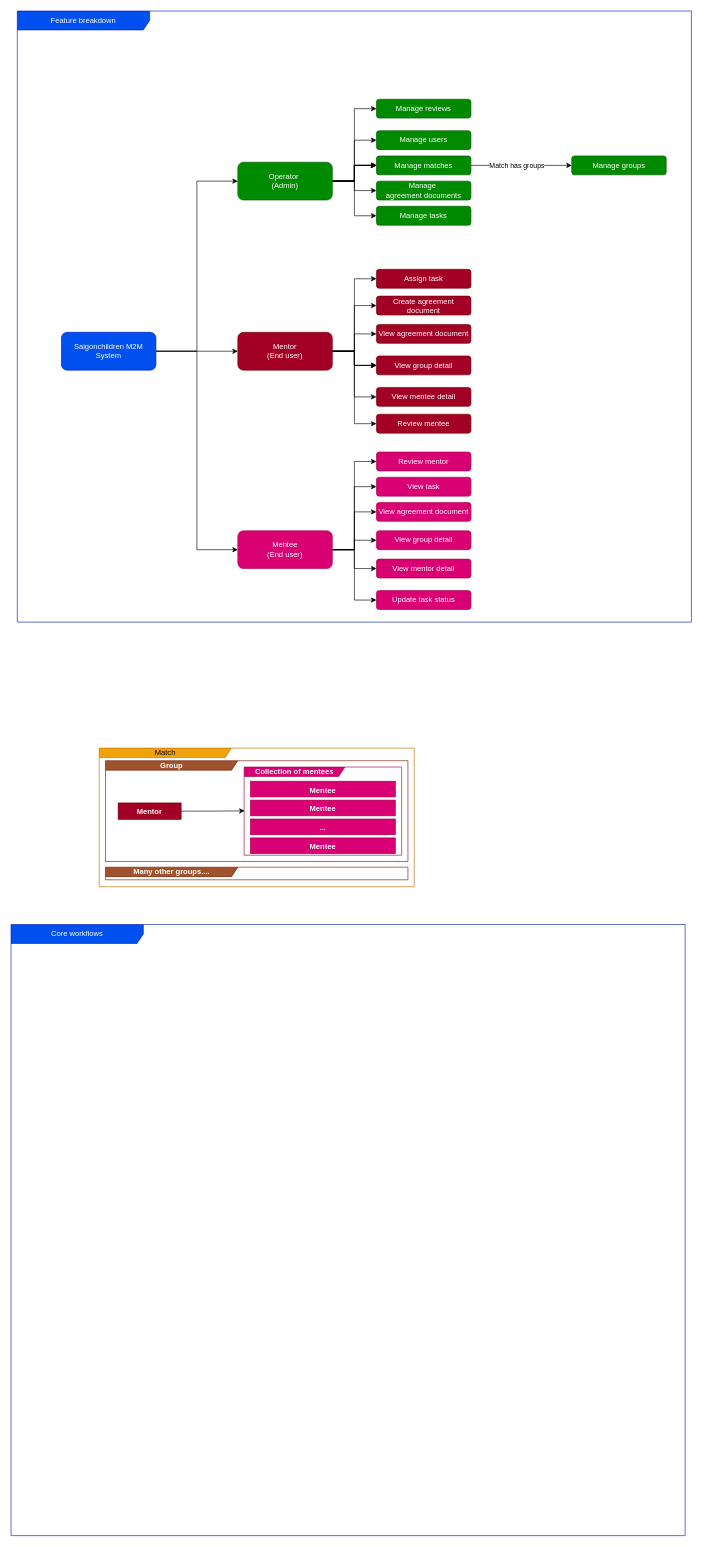
Above: docs/scc_feature_breakdown.drawio in scc-big-buddy-liltle-buddy/documentation (draw.io), before the change. Source tidied: cells renumbered, new cells numbered last; positions are measured from the earlier drawing's top-left corner, leaving out a move shared by most shapes. Both pictures are drawn from the tidied source at 63%, with x=0, y=0 at pixel (11, 11).
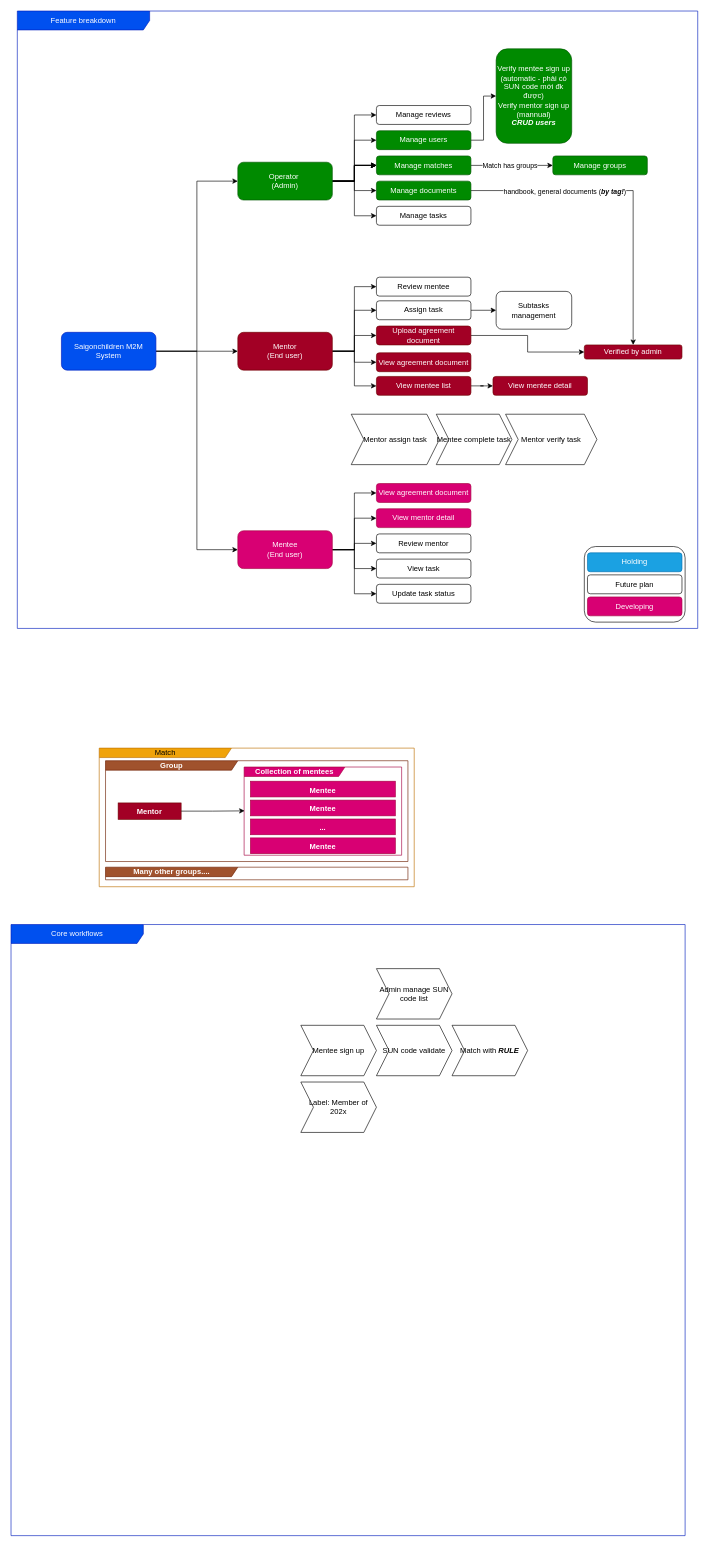
After the change.

The change refers to these unchanged cells:
```xml
<mxCell id="16" value="Manage users" style="rounded=1;whiteSpace=wrap;html=1;fillColor=#008a00;fontColor=#ffffff;strokeColor=#005700;" parent="1" vertex="1">
  <mxGeometry x="580" y="190" width="150" height="30" as="geometry" />
</mxCell>
<mxCell id="29" value="Mentor&lt;br&gt;(End user)" style="rounded=1;whiteSpace=wrap;html=1;fillColor=#a20025;fontColor=#ffffff;strokeColor=#6F0000;" parent="1" vertex="1">
  <mxGeometry x="360" y="510" width="150" height="60" as="geometry" />
</mxCell>
<mxCell id="36" value="Mentee&lt;br&gt;(End user)" style="rounded=1;whiteSpace=wrap;html=1;fillColor=#d80073;fontColor=#ffffff;strokeColor=#A50040;" parent="1" vertex="1">
  <mxGeometry x="360" y="825" width="150" height="60" as="geometry" />
</mxCell>
```

Diff of the diagram source:
```diff
@@
+    <mxCell id="65" style="rounded=1;whiteSpace=wrap;html=1;" parent="1" vertex="1">
+      <mxGeometry x="910" y="850" width="160" height="120" as="geometry" />
+    </mxCell>
@@
+    <mxCell id="66" style="edgeStyle=orthogonalEdgeStyle;rounded=0;jettySize=auto;html=1;" parent="1" edge="1" source="16" target="80">
+      <mxGeometry relative="1" as="geometry" />
+    </mxCell>
@@
+    <mxCell id="67" style="edgeStyle=orthogonalEdgeStyle;rounded=0;jettySize=auto;html=1;" parent="1" edge="1" source="20" target="72">
+      <mxGeometry relative="1" as="geometry" />
+    </mxCell>
+    <mxCell id="68" value="handbook, general documents (&lt;b&gt;&lt;i&gt;by tag!&lt;/i&gt;&lt;/b&gt;)" style="edgeLabel;html=1;align=center;verticalAlign=middle;" parent="67" vertex="1">
+      <mxGeometry x="-0.41" y="-1" relative="1" as="geometry" />
+    </mxCell>
-    <mxCell id="20" value="Manage&amp;nbsp;&lt;div&gt;agreement documents&lt;/div&gt;" style="rounded=1;whiteSpace=wrap;html=1;fillColor=#008a00;fontColor=#ffffff;strokeColor=#005700;" parent="1" vertex="1">
+    <mxCell id="20" value="Manage&amp;nbsp;&lt;span style=&quot;background-color: transparent; color: light-dark(rgb(255, 255, 255), rgb(18, 18, 18));&quot;&gt;documents&lt;/span&gt;" style="rounded=1;whiteSpace=wrap;html=1;fillColor=#008a00;fontColor=#ffffff;strokeColor=#005700;" parent="1" vertex="1">
       <mxGeometry x="580" y="270" width="150" height="30" as="geometry" />
     </mxCell>
@@
-    <mxCell id="22" style="edgeStyle=orthogonalEdgeStyle;rounded=0;jettySize=auto;html=1;" parent="1" edge="1" source="29" target="38">
-      <mxGeometry relative="1" as="geometry" />
-    </mxCell>
-    <mxCell id="23" style="edgeStyle=orthogonalEdgeStyle;rounded=0;jettySize=auto;html=1;entryX=0;entryY=0.5;entryDx=0;entryDy=0;" parent="1" edge="1" source="29" target="40">
-      <mxGeometry relative="1" as="geometry" />
-    </mxCell>
@@
-    <mxCell id="25" style="edgeStyle=orthogonalEdgeStyle;rounded=0;jettySize=auto;html=1;" parent="1" edge="1" source="29" target="38">
-      <mxGeometry relative="1" as="geometry" />
-    </mxCell>
@@
-    <mxCell id="27" style="edgeStyle=orthogonalEdgeStyle;rounded=0;jettySize=auto;html=1;" parent="1" edge="1" source="29" target="38">
+    <mxCell id="27" style="edgeStyle=orthogonalEdgeStyle;rounded=0;jettySize=auto;html=1;entryX=0;entryY=0.5;entryDx=0;entryDy=0;" parent="1" edge="1" source="29" target="38">
       <mxGeometry relative="1" as="geometry" />
     </mxCell>
@@
-    <mxCell id="30" style="edgeStyle=orthogonalEdgeStyle;rounded=0;jettySize=auto;html=1;entryX=0;entryY=0.5;entryDx=0;entryDy=0;" parent="1" edge="1" source="36" target="41">
-      <mxGeometry relative="1" as="geometry">
-        <Array as="points">
-          <mxPoint x="545" y="855" />
-          <mxPoint x="545" y="795" />
-        </Array>
-      </mxGeometry>
-    </mxCell>
-    <mxCell id="31" style="edgeStyle=orthogonalEdgeStyle;rounded=0;jettySize=auto;html=1;entryX=0;entryY=0.5;entryDx=0;entryDy=0;" parent="1" edge="1" source="36" target="42">
-      <mxGeometry relative="1" as="geometry" />
-    </mxCell>
@@
+    <mxCell id="30" style="edgeStyle=orthogonalEdgeStyle;rounded=0;jettySize=auto;html=1;entryX=0;entryY=0.5;entryDx=0;entryDy=0;" parent="1" edge="1" source="36" target="41">
+      <mxGeometry relative="1" as="geometry" />
+    </mxCell>
@@
     <mxCell id="37" value="View agreement document" style="rounded=1;whiteSpace=wrap;html=1;fillColor=#a20025;fontColor=#ffffff;strokeColor=#6F0000;" parent="1" vertex="1">
-      <mxGeometry x="580" y="497.5" width="150" height="30" as="geometry" />
+      <mxGeometry x="580" y="542.5" width="150" height="30" as="geometry" />
     </mxCell>
+    <mxCell id="69" style="edgeStyle=orthogonalEdgeStyle;rounded=0;jettySize=auto;html=1;entryX=0;entryY=0.5;entryDx=0;entryDy=0;" parent="1" edge="1" source="38" target="40">
+      <mxGeometry relative="1" as="geometry" />
+    </mxCell>
-    <mxCell id="38" value="View group detail" style="rounded=1;whiteSpace=wrap;html=1;fillColor=#a20025;fontColor=#ffffff;strokeColor=#6F0000;" parent="1" vertex="1">
-      <mxGeometry x="580" y="547.5" width="150" height="30" as="geometry" />
+    <mxCell id="38" value="View mentee list" style="rounded=1;whiteSpace=wrap;html=1;fillColor=#a20025;fontColor=#ffffff;strokeColor=#6F0000;" parent="1" vertex="1">
+      <mxGeometry x="580" y="580" width="150" height="30" as="geometry" />
     </mxCell>
     <mxCell id="39" value="Manage groups" style="rounded=1;whiteSpace=wrap;html=1;fillColor=#008a00;fontColor=#ffffff;strokeColor=#005700;" parent="1" vertex="1">
-      <mxGeometry x="890" y="230" width="150" height="30" as="geometry" />
+      <mxGeometry x="860" y="230" width="150" height="30" as="geometry" />
     </mxCell>
     <mxCell id="40" value="View mentee detail" style="rounded=1;whiteSpace=wrap;html=1;fillColor=#a20025;fontColor=#ffffff;strokeColor=#6F0000;" parent="1" vertex="1">
-      <mxGeometry x="580" y="597.5" width="150" height="30" as="geometry" />
+      <mxGeometry x="765" y="580" width="150" height="30" as="geometry" />
     </mxCell>
     <mxCell id="41" value="View agreement document" style="rounded=1;whiteSpace=wrap;html=1;fillColor=#d80073;fontColor=#ffffff;strokeColor=#A50040;" parent="1" vertex="1">
-      <mxGeometry x="580" y="780" width="150" height="30" as="geometry" />
+      <mxGeometry x="580" y="750" width="150" height="30" as="geometry" />
     </mxCell>
-    <mxCell id="42" value="View group detail" style="rounded=1;whiteSpace=wrap;html=1;fillColor=#d80073;fontColor=#ffffff;strokeColor=#A50040;" parent="1" vertex="1">
-      <mxGeometry x="580" y="825" width="150" height="30" as="geometry" />
-    </mxCell>
     <mxCell id="43" value="View mentor detail" style="rounded=1;whiteSpace=wrap;html=1;fillColor=#d80073;fontColor=#ffffff;strokeColor=#A50040;" parent="1" vertex="1">
-      <mxGeometry x="580" y="870" width="150" height="30" as="geometry" />
+      <mxGeometry x="580" y="790" width="150" height="30" as="geometry" />
     </mxCell>
+    <mxCell id="70" style="edgeStyle=orthogonalEdgeStyle;rounded=0;jettySize=auto;html=1;" parent="1" edge="1" source="44" target="72">
+      <mxGeometry relative="1" as="geometry" />
+    </mxCell>
-    <mxCell id="44" value="Create agreement document" style="rounded=1;whiteSpace=wrap;html=1;fillColor=#a20025;fontColor=#ffffff;strokeColor=#6F0000;" parent="1" vertex="1">
-      <mxGeometry x="580" y="452.5" width="150" height="30" as="geometry" />
+    <mxCell id="44" value="Upload agreement document" style="rounded=1;whiteSpace=wrap;html=1;fillColor=#a20025;fontColor=#ffffff;strokeColor=#6F0000;" parent="1" vertex="1">
+      <mxGeometry x="580" y="500" width="150" height="30" as="geometry" />
     </mxCell>
+    <mxCell id="71" style="edgeStyle=orthogonalEdgeStyle;rounded=0;jettySize=auto;html=1;" parent="1" edge="1" source="45" target="75">
+      <mxGeometry relative="1" as="geometry" />
+    </mxCell>
-    <mxCell id="45" value="Assign task" style="rounded=1;whiteSpace=wrap;html=1;fillColor=#a20025;fontColor=#ffffff;strokeColor=#6F0000;" parent="1" vertex="1">
-      <mxGeometry x="580" y="410" width="150" height="30" as="geometry" />
+    <mxCell id="45" value="Assign task" style="rounded=1;whiteSpace=wrap;html=1;" parent="1" vertex="1">
+      <mxGeometry x="580" y="460" width="150" height="30" as="geometry" />
     </mxCell>
-    <mxCell id="46" value="Manage tasks" style="rounded=1;whiteSpace=wrap;html=1;fillColor=#008a00;fontColor=#ffffff;strokeColor=#005700;" parent="1" vertex="1">
+    <mxCell id="46" value="Manage tasks" style="rounded=1;whiteSpace=wrap;html=1;" parent="1" vertex="1">
       <mxGeometry x="580" y="310" width="150" height="30" as="geometry" />
     </mxCell>
-    <mxCell id="47" value="View task" style="rounded=1;whiteSpace=wrap;html=1;fillColor=#d80073;fontColor=#ffffff;strokeColor=#A50040;" parent="1" vertex="1">
-      <mxGeometry x="580" y="740" width="150" height="30" as="geometry" />
+    <mxCell id="47" value="View task" style="rounded=1;whiteSpace=wrap;html=1;" parent="1" vertex="1">
+      <mxGeometry x="580" y="870" width="150" height="30" as="geometry" />
     </mxCell>
-    <mxCell id="48" value="Update task status" style="rounded=1;whiteSpace=wrap;html=1;fillColor=#d80073;fontColor=#ffffff;strokeColor=#A50040;" parent="1" vertex="1">
-      <mxGeometry x="580" y="920" width="150" height="30" as="geometry" />
+    <mxCell id="48" value="Update task status" style="rounded=1;whiteSpace=wrap;html=1;" parent="1" vertex="1">
+      <mxGeometry x="580" y="910" width="150" height="30" as="geometry" />
     </mxCell>
-    <mxCell id="49" value="Review mentee" style="rounded=1;whiteSpace=wrap;html=1;fillColor=#a20025;fontColor=#ffffff;strokeColor=#6F0000;" parent="1" vertex="1">
-      <mxGeometry x="580" y="640" width="150" height="30" as="geometry" />
+    <mxCell id="49" value="Review mentee" style="rounded=1;whiteSpace=wrap;html=1;" parent="1" vertex="1">
+      <mxGeometry x="580" y="422.5" width="150" height="30" as="geometry" />
     </mxCell>
-    <mxCell id="50" value="Review mentor" style="rounded=1;whiteSpace=wrap;html=1;fillColor=#d80073;fontColor=#ffffff;strokeColor=#A50040;" parent="1" vertex="1">
-      <mxGeometry x="580" y="700" width="150" height="30" as="geometry" />
+    <mxCell id="50" value="Review mentor" style="rounded=1;whiteSpace=wrap;html=1;" parent="1" vertex="1">
+      <mxGeometry x="580" y="830" width="150" height="30" as="geometry" />
     </mxCell>
-    <mxCell id="51" value="Manage reviews" style="rounded=1;whiteSpace=wrap;html=1;fillColor=#008a00;fontColor=#ffffff;strokeColor=#005700;" parent="1" vertex="1">
-      <mxGeometry x="580" y="140" width="150" height="30" as="geometry" />
+    <mxCell id="51" value="Manage reviews" style="rounded=1;whiteSpace=wrap;html=1;" parent="1" vertex="1">
+      <mxGeometry x="580" y="150" width="150" height="30" as="geometry" />
     </mxCell>
     <mxCell id="52" value="Feature breakdown" style="shape=umlFrame;whiteSpace=wrap;html=1;width=210;height=30;fillColor=#0050ef;fontColor=#ffffff;strokeColor=#001DBC;" parent="1" vertex="1">
-      <mxGeometry x="10" width="1070" height="970" as="geometry" />
+      <mxGeometry x="10" width="1080" height="980" as="geometry" />
     </mxCell>
@@
+    <mxCell id="72" value="Verified by admin" style="whiteSpace=wrap;html=1;fillColor=#a20025;strokeColor=#6F0000;fontColor=#ffffff;rounded=1;" parent="1" vertex="1">
+      <mxGeometry x="910" y="530" width="155" height="22.5" as="geometry" />
+    </mxCell>
+    <mxCell id="73" value="Future plan" style="rounded=1;whiteSpace=wrap;html=1;" parent="1" vertex="1">
+      <mxGeometry x="915" y="895" width="150" height="30" as="geometry" />
+    </mxCell>
+    <mxCell id="74" value="Developing" style="rounded=1;whiteSpace=wrap;html=1;fillColor=#d80073;fontColor=#ffffff;strokeColor=#A50040;" parent="1" vertex="1">
+      <mxGeometry x="915" y="930" width="150" height="30" as="geometry" />
+    </mxCell>
+    <mxCell id="75" value="Subtasks management" style="whiteSpace=wrap;html=1;rounded=1;" parent="1" vertex="1">
+      <mxGeometry x="770" y="445" width="120" height="60" as="geometry" />
+    </mxCell>
+    <mxCell id="76" value="Mentor assign task" style="shape=step;perimeter=stepPerimeter;whiteSpace=wrap;html=1;fixedSize=1;" parent="1" vertex="1">
+      <mxGeometry x="540" y="640" width="140" height="80" as="geometry" />
+    </mxCell>
+    <mxCell id="77" value="Mentee complete task" style="shape=step;perimeter=stepPerimeter;whiteSpace=wrap;html=1;fixedSize=1;" parent="1" vertex="1">
+      <mxGeometry x="675" y="640" width="120" height="80" as="geometry" />
+    </mxCell>
+    <mxCell id="78" value="Mentor verify task" style="shape=step;perimeter=stepPerimeter;whiteSpace=wrap;html=1;fixedSize=1;" parent="1" vertex="1">
+      <mxGeometry x="785" y="640" width="145" height="80" as="geometry" />
+    </mxCell>
+    <mxCell id="79" value="Holding" style="rounded=1;whiteSpace=wrap;html=1;fillColor=#1ba1e2;fontColor=#ffffff;strokeColor=#006EAF;" parent="1" vertex="1">
+      <mxGeometry x="915" y="860" width="150" height="30" as="geometry" />
+    </mxCell>
+    <mxCell id="80" value="Verify mentee sign up (automatic - phải có SUN code mới đk được)&lt;div&gt;Verify mentor sign up (mannual)&lt;br&gt;&lt;b&gt;&lt;i&gt;CRUD users&lt;/i&gt;&lt;/b&gt;&lt;/div&gt;" style="whiteSpace=wrap;html=1;fillColor=#008a00;strokeColor=#005700;fontColor=#ffffff;rounded=1;" parent="1" vertex="1">
+      <mxGeometry x="770" y="60" width="120" height="150" as="geometry" />
+    </mxCell>
+    <mxCell id="81" value="Mentee sign up" style="shape=step;perimeter=stepPerimeter;whiteSpace=wrap;html=1;fixedSize=1;" parent="1" vertex="1">
+      <mxGeometry x="460" y="1610" width="120" height="80" as="geometry" />
+    </mxCell>
+    <mxCell id="82" value="SUN code validate" style="shape=step;perimeter=stepPerimeter;whiteSpace=wrap;html=1;fixedSize=1;" parent="1" vertex="1">
+      <mxGeometry x="580" y="1610" width="120" height="80" as="geometry" />
+    </mxCell>
+    <mxCell id="83" value="Admin manage SUN code list" style="shape=step;perimeter=stepPerimeter;whiteSpace=wrap;html=1;fixedSize=1;" parent="1" vertex="1">
+      <mxGeometry x="580" y="1520" width="120" height="80" as="geometry" />
+    </mxCell>
+    <mxCell id="84" value="Match with &lt;b&gt;&lt;i&gt;RULE&lt;/i&gt;&lt;/b&gt;" style="shape=step;perimeter=stepPerimeter;whiteSpace=wrap;html=1;fixedSize=1;" parent="1" vertex="1">
+      <mxGeometry x="700" y="1610" width="120" height="80" as="geometry" />
+    </mxCell>
+    <mxCell id="85" value="Label: Member of 202x" style="shape=step;perimeter=stepPerimeter;whiteSpace=wrap;html=1;fixedSize=1;" parent="1" vertex="1">
+      <mxGeometry x="460" y="1700" width="120" height="80" as="geometry" />
+    </mxCell>
```
